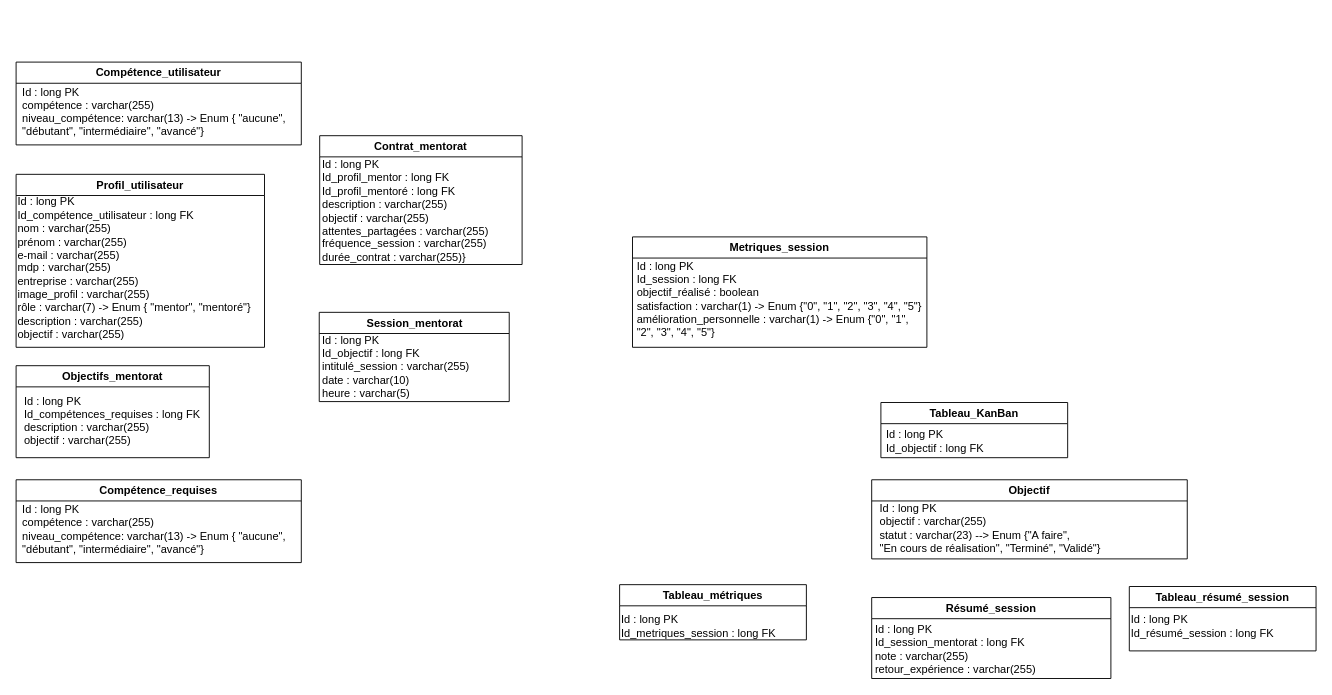
This is Modèle de domaine/Untitled Diagram.drawio from qbeAccountPro/beraud-quentin-projet-3, a draw.io file, before an edit. Source tidied: cells renumbered, new cells numbered last; positions are measured from the earlier drawing's top-left corner, leaving out a move shared by most shapes. Both pictures are drawn from the tidied source at 92%, with x=0, y=0 at pixel (16, 62).
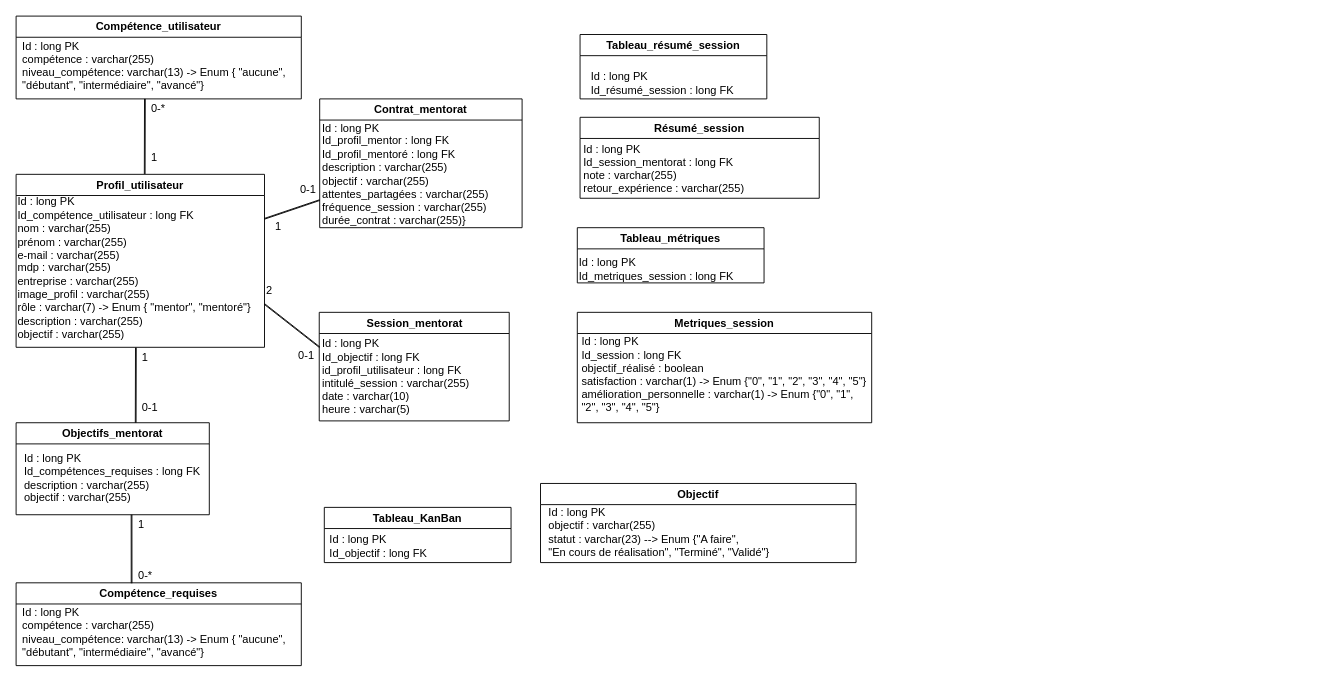
Above is the later version.

Commit message:
Mettre à jouKJr Untitled Diagram.drawio

The change refers to these unchanged cells:
```xml
<mxCell id="2" value="Profil_utilisateur" style="swimlane;whiteSpace=wrap;html=1;" parent="1" vertex="1">
  <mxGeometry y="122" width="270" height="188" as="geometry" />
</mxCell>
```

The edit, as a diff of the source:
```diff
@@
+    <mxCell id="26" style="edgeStyle=none;shape=link;rounded=0;orthogonalLoop=1;jettySize=auto;html=1;width=-0.8108108108108105;exitX=0.525;exitY=-0.002;exitDx=0;exitDy=0;exitPerimeter=0;" parent="1" edge="1">
+      <mxGeometry relative="1" as="geometry">
+        <mxPoint x="139.8" y="121.6" as="sourcePoint" />
+        <mxPoint x="140" y="40" as="targetPoint" />
+      </mxGeometry>
+    </mxCell>
@@
     <mxCell id="4" value="Objectifs_mentorat" style="swimlane;whiteSpace=wrap;html=1;" parent="1" vertex="1">
-      <mxGeometry y="330" width="210" height="100" as="geometry" />
+      <mxGeometry y="392" width="210" height="100" as="geometry" />
     </mxCell>
@@
     <mxCell id="6" value="Contrat_mentorat" style="swimlane;whiteSpace=wrap;html=1;" parent="1" vertex="1">
-      <mxGeometry x="330" y="80" width="220" height="140" as="geometry" />
+      <mxGeometry x="330" y="40" width="220" height="140" as="geometry" />
     </mxCell>
@@
     <mxCell id="8" value="Session_mentorat" style="swimlane;whiteSpace=wrap;html=1;startSize=23;" parent="1" vertex="1">
-      <mxGeometry x="329.5" y="272" width="206.5" height="97" as="geometry" />
+      <mxGeometry x="329.5" y="272" width="206.5" height="118" as="geometry" />
     </mxCell>
-    <mxCell id="9" value="Id : long PK&lt;br&gt;Id_objectif : long FK&lt;br&gt;intitulé_session : varchar(255)&lt;br&gt;date : varchar(10)&lt;br&gt;heure : varchar(5)" style="text;html=1;strokeColor=none;fillColor=none;align=left;verticalAlign=middle;whiteSpace=wrap;rounded=1;fontStyle=0;" parent="8" vertex="1">
-      <mxGeometry x="1.8" y="28" width="203" height="61" as="geometry" />
+    <mxCell id="9" value="Id : long PK&lt;br&gt;Id_objectif : long FK&lt;br&gt;id_profil_utilisateur : long FK&lt;br&gt;intitulé_session : varchar(255)&lt;br&gt;date : varchar(10)&lt;br&gt;heure : varchar(5)" style="text;html=1;strokeColor=none;fillColor=none;align=left;verticalAlign=middle;whiteSpace=wrap;rounded=1;fontStyle=0;" parent="8" vertex="1">
+      <mxGeometry x="1.8" y="39" width="203" height="61" as="geometry" />
     </mxCell>
     <mxCell id="10" value="Metriques_session" style="swimlane;whiteSpace=wrap;html=1;" parent="1" vertex="1">
-      <mxGeometry x="670" y="190" width="320" height="120" as="geometry" />
+      <mxGeometry x="610" y="272" width="320" height="120" as="geometry" />
     </mxCell>
     <mxCell id="11" value="Tableau_résumé_session" style="swimlane;whiteSpace=wrap;html=1;" parent="1" vertex="1">
-      <mxGeometry x="1210" y="570" width="203" height="70" as="geometry" />
+      <mxGeometry x="613" y="-30" width="203" height="70" as="geometry" />
     </mxCell>
-    <mxCell id="12" value="Id : long PK&lt;br&gt;Id_résumé_session : long FK" style="text;html=1;strokeColor=none;fillColor=none;align=left;verticalAlign=middle;whiteSpace=wrap;rounded=1;fontStyle=0;" parent="11" vertex="1">
-      <mxGeometry y="28" width="203" height="30" as="geometry" />
-    </mxCell>
     <mxCell id="13" value="Tableau_métriques" style="swimlane;whiteSpace=wrap;html=1;" parent="1" vertex="1">
-      <mxGeometry x="656" y="568" width="203" height="60" as="geometry" />
+      <mxGeometry x="610" y="180" width="203" height="60" as="geometry" />
     </mxCell>
@@
     <mxCell id="15" value="Résumé_session" style="swimlane;whiteSpace=wrap;html=1;" parent="1" vertex="1">
-      <mxGeometry x="930" y="582" width="260" height="88" as="geometry" />
+      <mxGeometry x="613" y="60" width="260" height="88" as="geometry" />
     </mxCell>
@@
     <mxCell id="17" value="Compétence_requises" style="swimlane;whiteSpace=wrap;html=1;" parent="1" vertex="1">
-      <mxGeometry y="454" width="310" height="90" as="geometry" />
+      <mxGeometry y="566" width="310" height="90" as="geometry" />
     </mxCell>
@@
     <mxCell id="19" value="Compétence_utilisateur" style="swimlane;whiteSpace=wrap;html=1;" parent="1" vertex="1">
-      <mxGeometry width="310" height="90" as="geometry" />
+      <mxGeometry y="-50" width="310" height="90" as="geometry" />
     </mxCell>
     <mxCell id="20" value="Id : long PK&lt;br&gt;compétence : varchar(255)&lt;br&gt;niveau_compétence: varchar(13) -&amp;gt; Enum { &quot;aucune&quot;, &quot;débutant&quot;, &quot;intermédiaire&quot;, &quot;avancé&quot;}" style="text;html=1;strokeColor=none;fillColor=none;align=left;verticalAlign=middle;whiteSpace=wrap;rounded=1;fontStyle=0;" parent="19" vertex="1">
-      <mxGeometry x="5" y="24" width="330" height="60" as="geometry" />
+      <mxGeometry x="5" y="24" width="305" height="60" as="geometry" />
     </mxCell>
     <mxCell id="21" value="Objectif" style="swimlane;whiteSpace=wrap;html=1;" parent="1" vertex="1">
-      <mxGeometry x="930" y="454" width="343" height="86" as="geometry" />
+      <mxGeometry x="570" y="458" width="343" height="86" as="geometry" />
     </mxCell>
     <mxCell id="22" value="Id : long PK&lt;br&gt;objectif : varchar(255)&lt;br&gt;statut : varchar(23) --&amp;gt;&amp;nbsp;Enum {&quot;A faire&quot;,&amp;nbsp; &lt;br&gt;&quot;En cours de réalisation&quot;, &quot;Terminé&quot;, &quot;Validé&quot;}&amp;nbsp;" style="text;html=1;strokeColor=none;fillColor=none;align=left;verticalAlign=middle;whiteSpace=wrap;rounded=1;fontStyle=0;" parent="1" vertex="1">
-      <mxGeometry x="937" y="481" width="253" height="52" as="geometry" />
+      <mxGeometry x="577" y="485" width="253" height="52" as="geometry" />
     </mxCell>
     <mxCell id="23" value="Id : long PK&lt;br&gt;Id_session : long FK&lt;br&gt;objectif_réalisé : boolean&amp;nbsp;&lt;br&gt;satisfaction : varchar(1) -&amp;gt; Enum {&quot;0&quot;, &quot;1&quot;, &quot;2&quot;, &quot;3&quot;, &quot;4&quot;, &quot;5&quot;}&lt;br&gt;amélioration_personnelle : varchar(1)&amp;nbsp;-&amp;gt; Enum {&quot;0&quot;, &quot;1&quot;, &quot;2&quot;, &quot;3&quot;, &quot;4&quot;, &quot;5&quot;}" style="text;html=1;strokeColor=none;fillColor=none;align=left;verticalAlign=middle;whiteSpace=wrap;rounded=1;fontStyle=0;" parent="1" vertex="1">
-      <mxGeometry x="673" y="213" width="313" height="90" as="geometry" />
+      <mxGeometry x="613" y="295" width="313" height="90" as="geometry" />
     </mxCell>
     <mxCell id="24" value="Tableau_KanBan" style="swimlane;whiteSpace=wrap;html=1;" parent="1" vertex="1">
-      <mxGeometry x="940" y="370" width="203" height="60" as="geometry" />
+      <mxGeometry x="335" y="484" width="203" height="60" as="geometry" />
     </mxCell>
@@
+    <mxCell id="12" value="Id : long PK&lt;br&gt;Id_résumé_session : long FK" style="text;html=1;strokeColor=none;fillColor=none;align=left;verticalAlign=middle;whiteSpace=wrap;rounded=1;fontStyle=0;" parent="1" vertex="1">
+      <mxGeometry x="623" y="8" width="203" height="30" as="geometry" />
+    </mxCell>
+    <mxCell id="27" value="0-*" style="text;html=1;strokeColor=none;fillColor=none;align=left;verticalAlign=middle;whiteSpace=wrap;rounded=1;fontStyle=0;" parent="1" vertex="1">
+      <mxGeometry x="145" y="42" width="20" height="18" as="geometry" />
+    </mxCell>
+    <mxCell id="28" value="1" style="text;html=1;strokeColor=none;fillColor=none;align=left;verticalAlign=middle;whiteSpace=wrap;rounded=1;fontStyle=0;" parent="1" vertex="1">
+      <mxGeometry x="145" y="95" width="20" height="18" as="geometry" />
+    </mxCell>
+    <mxCell id="29" style="edgeStyle=none;shape=link;rounded=0;orthogonalLoop=1;jettySize=auto;html=1;width=-0.8108108108108105;exitX=0.525;exitY=-0.002;exitDx=0;exitDy=0;exitPerimeter=0;" parent="1" edge="1">
+      <mxGeometry relative="1" as="geometry">
+        <mxPoint x="130" y="392" as="sourcePoint" />
+        <mxPoint x="130.2" y="310.4" as="targetPoint" />
+      </mxGeometry>
+    </mxCell>
+    <mxCell id="30" value="1" style="text;html=1;strokeColor=none;fillColor=none;align=left;verticalAlign=middle;whiteSpace=wrap;rounded=1;fontStyle=0;" parent="1" vertex="1">
+      <mxGeometry x="135.2" y="312.4" width="20" height="18" as="geometry" />
+    </mxCell>
+    <mxCell id="31" value="0-1" style="text;html=1;strokeColor=none;fillColor=none;align=left;verticalAlign=middle;whiteSpace=wrap;rounded=1;fontStyle=0;" parent="1" vertex="1">
+      <mxGeometry x="135.2" y="367" width="24.8" height="18" as="geometry" />
+    </mxCell>
+    <mxCell id="32" style="edgeStyle=none;shape=link;rounded=0;jettySize=auto;html=1;width=-0.8108108108108105;exitX=0.405;exitY=0.005;exitDx=0;exitDy=0;exitPerimeter=0;" parent="1" edge="1" source="17">
+      <mxGeometry relative="1" as="geometry">
+        <mxPoint x="125.5" y="492" as="targetPoint" />
+      </mxGeometry>
+    </mxCell>
+    <mxCell id="33" value="1" style="text;html=1;strokeColor=none;fillColor=none;align=left;verticalAlign=middle;whiteSpace=wrap;rounded=1;fontStyle=0;" parent="1" vertex="1">
+      <mxGeometry x="130.5" y="494" width="20" height="18" as="geometry" />
+    </mxCell>
+    <mxCell id="34" value="0-*" style="text;html=1;strokeColor=none;fillColor=none;align=left;verticalAlign=middle;whiteSpace=wrap;rounded=1;fontStyle=0;" parent="1" vertex="1">
+      <mxGeometry x="130.5" y="548.6" width="24.8" height="18" as="geometry" />
+    </mxCell>
+    <mxCell id="35" style="edgeStyle=none;shape=link;rounded=0;jettySize=auto;html=1;width=-0.8108108108108105;" parent="1" edge="1" source="2">
+      <mxGeometry relative="1" as="geometry">
+        <mxPoint x="330" y="150" as="targetPoint" />
+      </mxGeometry>
+    </mxCell>
+    <mxCell id="36" value="1" style="text;html=1;strokeColor=none;fillColor=none;align=left;verticalAlign=middle;whiteSpace=wrap;rounded=1;fontStyle=0;" parent="1" vertex="1">
+      <mxGeometry x="280" y="170" width="20" height="18" as="geometry" />
+    </mxCell>
+    <mxCell id="37" value="0-1" style="text;html=1;strokeColor=none;fillColor=none;align=left;verticalAlign=middle;whiteSpace=wrap;rounded=1;fontStyle=0;" parent="1" vertex="1">
+      <mxGeometry x="307" y="130" width="30" height="18" as="geometry" />
+    </mxCell>
+    <mxCell id="38" style="edgeStyle=none;shape=link;rounded=0;jettySize=auto;html=1;width=-0.8108108108108105;exitX=1;exitY=0.75;exitDx=0;exitDy=0;" parent="1" edge="1" source="2">
+      <mxGeometry relative="1" as="geometry">
+        <mxPoint x="330" y="310" as="targetPoint" />
+      </mxGeometry>
+    </mxCell>
+    <mxCell id="39" value="2" style="text;html=1;strokeColor=none;fillColor=none;align=left;verticalAlign=middle;whiteSpace=wrap;rounded=1;fontStyle=0;" parent="1" vertex="1">
+      <mxGeometry x="270" y="240" width="20" height="18" as="geometry" />
+    </mxCell>
+    <mxCell id="40" value="0-1" style="text;html=1;strokeColor=none;fillColor=none;align=left;verticalAlign=middle;whiteSpace=wrap;rounded=1;fontStyle=0;" parent="1" vertex="1">
+      <mxGeometry x="305" y="310" width="30" height="18" as="geometry" />
+    </mxCell>
```
